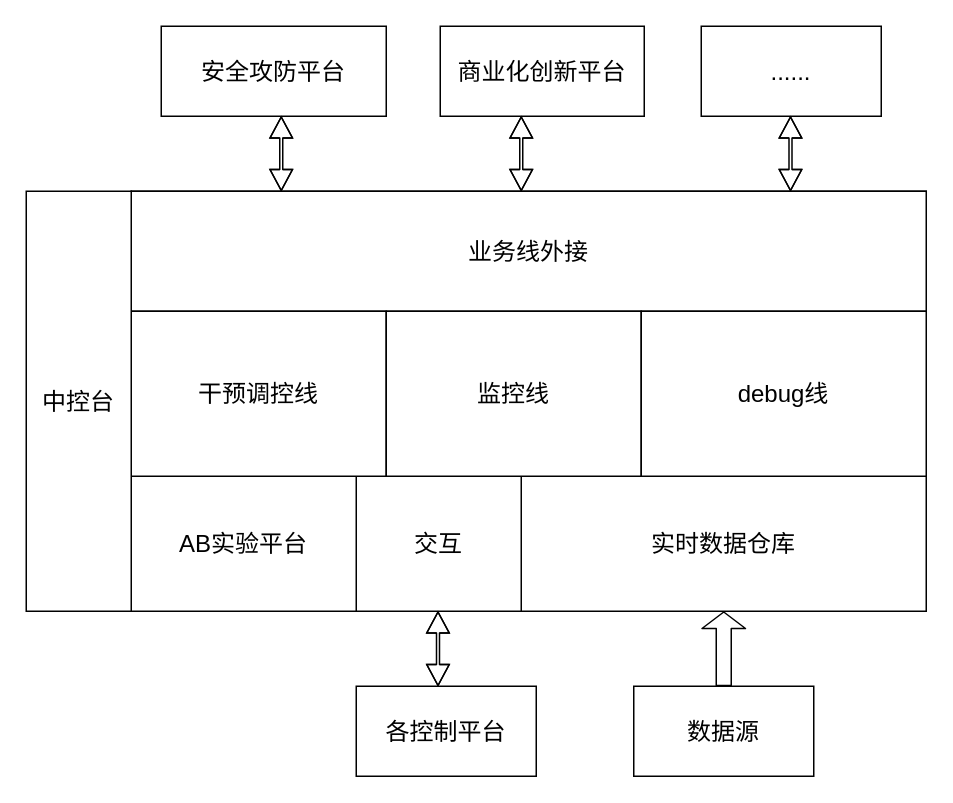
The draw.io diagram 全域流量中控平台_overall.drawio in hustpawpaw/charts, before the edit. Source tidied: cells renumbered, new cells numbered last; positions are measured from the earlier drawing's top-left corner, leaving out a move shared by most shapes. Both pictures are drawn from the tidied source at 150%, with x=0, y=0 at pixel (26, 26).
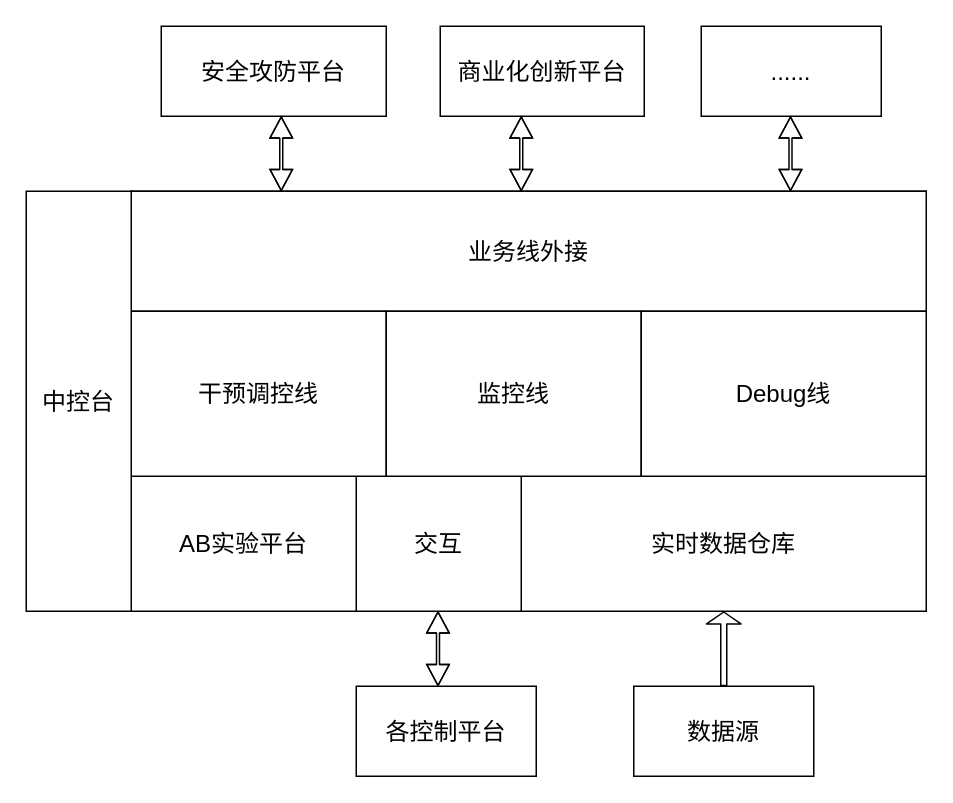
Above is the later version.

Commit message:
Update 全域流量中控平台_overall.drawio

The change refers to these unchanged cells:
```xml
<mxCell id="9" value="实时数据仓库" style="rounded=0;whiteSpace=wrap;html=1;fontSize=16;" parent="1" vertex="1">
  <mxGeometry x="330" y="300" width="270" height="90" as="geometry" />
</mxCell>
<mxCell id="19" value="数据源" style="rounded=0;whiteSpace=wrap;html=1;fontSize=16;" parent="1" vertex="1">
  <mxGeometry x="405" y="440" width="120" height="60" as="geometry" />
</mxCell>
```

Change to the diagram source:
```diff
@@
-    <mxCell id="15" value="debug线" style="rounded=0;whiteSpace=wrap;html=1;fontSize=16;" parent="1" vertex="1">
+    <mxCell id="15" value="Debug线" style="rounded=0;whiteSpace=wrap;html=1;fontSize=16;" parent="1" vertex="1">
       <mxGeometry x="410" y="190" width="190" height="110" as="geometry" />
     </mxCell>
@@
-    <mxCell id="20" style="shape=flexArrow;endArrow=classic;html=1;exitX=0.5;exitY=0;exitDx=0;exitDy=0;entryX=0.5;entryY=1;entryDx=0;entryDy=0;endWidth=18;endSize=3.33;" parent="1" edge="1" source="19" target="9">
+    <mxCell id="20" style="shape=flexArrow;endArrow=classic;html=1;exitX=0.5;exitY=0;exitDx=0;exitDy=0;entryX=0.5;entryY=1;entryDx=0;entryDy=0;endWidth=18;endSize=2.33;width=4;" parent="1" edge="1" source="19" target="9">
       <mxGeometry relative="1" as="geometry" />
     </mxCell>
```
